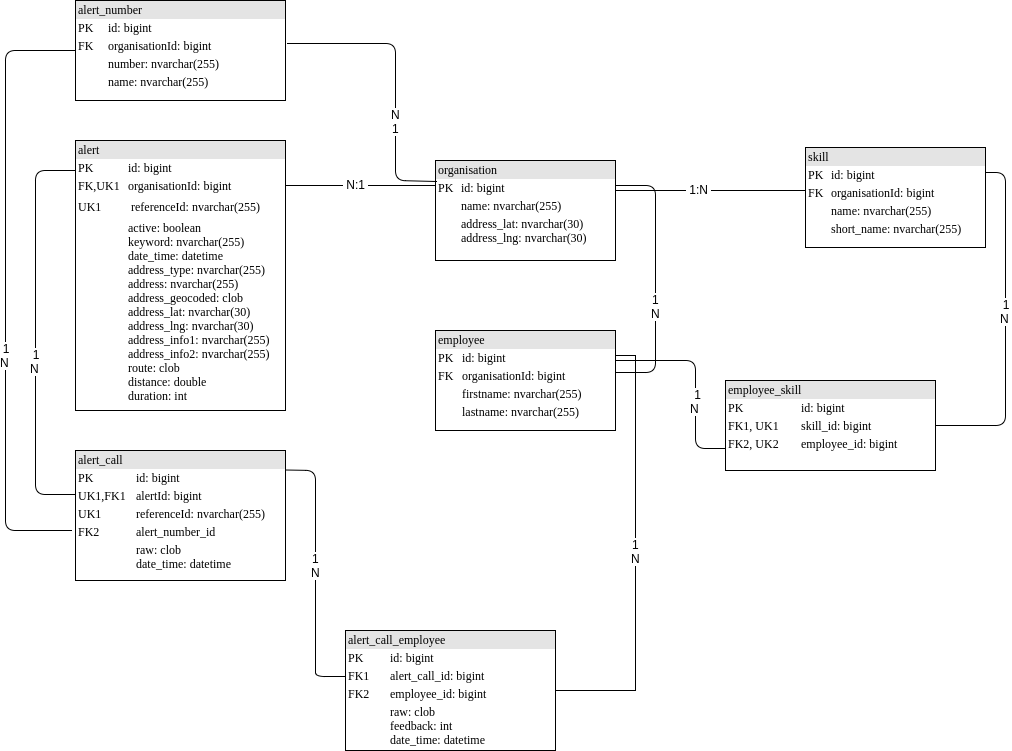
This is docs/database_erm.png from denniskniep/alarmcontrol, a draw.io export, as it was before one commit. Source tidied: cells renumbered, new cells last; positions are measured from the earlier drawing's top-left corner, leaving out a move shared by most shapes.
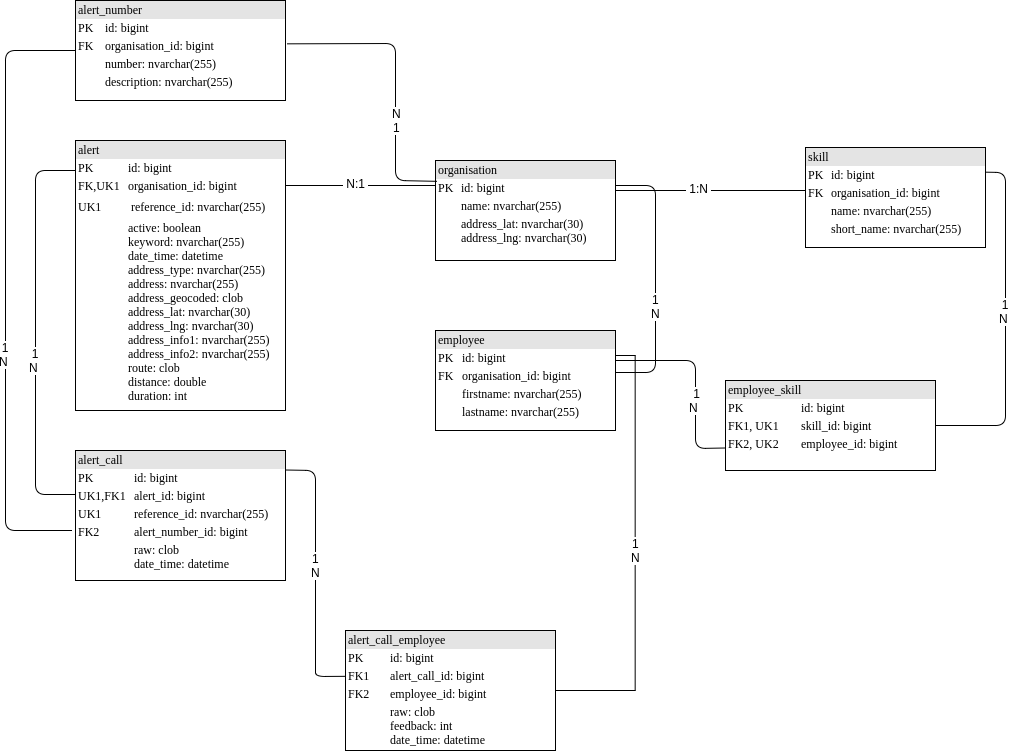
Later version of the same file.

What changed in the source:
```diff
@@ -2,7 +2,7 @@
   <root>
     <mxCell id="0" />
     <mxCell id="1" parent="0" />
-    <mxCell id="2" value="&lt;div style=&quot;box-sizing: border-box ; width: 100% ; background: #e4e4e4 ; padding: 2px&quot;&gt;alert&lt;/div&gt;&lt;table style=&quot;width: 100% ; font-size: 1em&quot; cellpadding=&quot;2&quot; cellspacing=&quot;0&quot;&gt;&lt;tbody&gt;&lt;tr&gt;&lt;td&gt;PK&lt;/td&gt;&lt;td&gt;id: bigint&lt;/td&gt;&lt;/tr&gt;&lt;tr&gt;&lt;td&gt;FK,UK1&lt;/td&gt;&lt;td&gt;organisationId: bigint&lt;/td&gt;&lt;/tr&gt;&lt;tr&gt;&lt;td&gt;UK1&lt;/td&gt;&lt;td&gt;&lt;table&gt;&lt;tbody&gt;&lt;tr&gt;&lt;td&gt;referenceId: nvarchar(255)&lt;/td&gt;&lt;/tr&gt;&lt;/tbody&gt;&lt;/table&gt;&lt;/td&gt;&lt;/tr&gt;&lt;tr&gt;&lt;td&gt;&lt;/td&gt;&lt;td&gt;active: boolean&lt;br&gt;keyword: nvarchar(255)&lt;br&gt;date_time: datetime&lt;br&gt;address_type: nvarchar(255)&lt;br&gt;address: nvarchar(255)&lt;br&gt;address_geocoded: clob&lt;br&gt;address_lat: nvarchar(30)&lt;br&gt;address_lng: nvarchar(30)&lt;br&gt;address_info1: nvarchar(255)&lt;br&gt;address_info2: nvarchar(255)&lt;br&gt;route: clob&lt;br&gt;distance: double&lt;br&gt;duration: int&lt;br&gt;&lt;br&gt;&lt;br&gt;&lt;/td&gt;&lt;/tr&gt;&lt;/tbody&gt;&lt;/table&gt;" style="verticalAlign=top;align=left;overflow=fill;html=1;rounded=0;shadow=0;comic=0;labelBackgroundColor=none;strokeColor=#000000;strokeWidth=1;fillColor=#ffffff;fontFamily=Verdana;fontSize=12;fontColor=#000000;" parent="1" vertex="1">
+    <mxCell id="2" value="&lt;div style=&quot;box-sizing: border-box ; width: 100% ; background: #e4e4e4 ; padding: 2px&quot;&gt;alert&lt;/div&gt;&lt;table style=&quot;width: 100% ; font-size: 1em&quot; cellpadding=&quot;2&quot; cellspacing=&quot;0&quot;&gt;&lt;tbody&gt;&lt;tr&gt;&lt;td&gt;PK&lt;/td&gt;&lt;td&gt;id: bigint&lt;/td&gt;&lt;/tr&gt;&lt;tr&gt;&lt;td&gt;FK,UK1&lt;/td&gt;&lt;td&gt;organisation_id: bigint&lt;/td&gt;&lt;/tr&gt;&lt;tr&gt;&lt;td&gt;UK1&lt;/td&gt;&lt;td&gt;&lt;table&gt;&lt;tbody&gt;&lt;tr&gt;&lt;td&gt;reference_id: nvarchar(255)&lt;/td&gt;&lt;/tr&gt;&lt;/tbody&gt;&lt;/table&gt;&lt;/td&gt;&lt;/tr&gt;&lt;tr&gt;&lt;td&gt;&lt;/td&gt;&lt;td&gt;active: boolean&lt;br&gt;keyword: nvarchar(255)&lt;br&gt;date_time: datetime&lt;br&gt;address_type: nvarchar(255)&lt;br&gt;address: nvarchar(255)&lt;br&gt;address_geocoded: clob&lt;br&gt;address_lat: nvarchar(30)&lt;br&gt;address_lng: nvarchar(30)&lt;br&gt;address_info1: nvarchar(255)&lt;br&gt;address_info2: nvarchar(255)&lt;br&gt;route: clob&lt;br&gt;distance: double&lt;br&gt;duration: int&lt;br&gt;&lt;br&gt;&lt;br&gt;&lt;/td&gt;&lt;/tr&gt;&lt;/tbody&gt;&lt;/table&gt;" style="verticalAlign=top;align=left;overflow=fill;html=1;rounded=0;shadow=0;comic=0;labelBackgroundColor=none;strokeColor=#000000;strokeWidth=1;fillColor=#ffffff;fontFamily=Verdana;fontSize=12;fontColor=#000000;" parent="1" vertex="1">
       <mxGeometry x="70" y="140" width="210" height="270" as="geometry" />
     </mxCell>
     <mxCell id="3" value="&lt;div style=&quot;box-sizing: border-box ; width: 100% ; background: #e4e4e4 ; padding: 2px&quot;&gt;organisation&lt;/div&gt;&lt;table style=&quot;width: 100% ; font-size: 1em&quot; cellpadding=&quot;2&quot; cellspacing=&quot;0&quot;&gt;&lt;tbody&gt;&lt;tr&gt;&lt;td&gt;PK&lt;/td&gt;&lt;td&gt;id: bigint&lt;/td&gt;&lt;/tr&gt;&lt;tr&gt;&lt;td&gt;&lt;br&gt;&lt;/td&gt;&lt;td&gt;name: nvarchar(255)&lt;/td&gt;&lt;/tr&gt;&lt;tr&gt;&lt;td&gt;&lt;/td&gt;&lt;td&gt;address_lat: nvarchar(30)&lt;br&gt;address_lng: nvarchar(30)&lt;br&gt;&lt;br&gt;&lt;/td&gt;&lt;/tr&gt;&lt;/tbody&gt;&lt;/table&gt;" style="verticalAlign=top;align=left;overflow=fill;html=1;rounded=0;shadow=0;comic=0;labelBackgroundColor=none;strokeColor=#000000;strokeWidth=1;fillColor=#ffffff;fontFamily=Verdana;fontSize=12;fontColor=#000000;" parent="1" vertex="1">
@@ -26,7 +26,7 @@
         <mxPoint x="21" y="-142" as="offset" />
       </mxGeometry>
     </mxCell>
-    <mxCell id="8" value="&lt;div style=&quot;box-sizing: border-box ; width: 100% ; background: #e4e4e4 ; padding: 2px&quot;&gt;employee&lt;/div&gt;&lt;table style=&quot;width: 100% ; font-size: 1em&quot; cellpadding=&quot;2&quot; cellspacing=&quot;0&quot;&gt;&lt;tbody&gt;&lt;tr&gt;&lt;td&gt;PK&lt;/td&gt;&lt;td&gt;id: bigint&lt;/td&gt;&lt;/tr&gt;&lt;tr&gt;&lt;td&gt;FK&lt;/td&gt;&lt;td&gt;organisationId: bigint&lt;br&gt;&lt;/td&gt;&lt;/tr&gt;&lt;tr&gt;&lt;td&gt;&lt;br&gt;&lt;/td&gt;&lt;td&gt;firstname: nvarchar(255)&lt;/td&gt;&lt;/tr&gt;&lt;tr&gt;&lt;td&gt;&lt;/td&gt;&lt;td&gt;lastname: nvarchar(255)&lt;br&gt;&lt;br&gt;&lt;br&gt;&lt;/td&gt;&lt;/tr&gt;&lt;/tbody&gt;&lt;/table&gt;" style="verticalAlign=top;align=left;overflow=fill;html=1;rounded=0;shadow=0;comic=0;labelBackgroundColor=none;strokeColor=#000000;strokeWidth=1;fillColor=#ffffff;fontFamily=Verdana;fontSize=12;fontColor=#000000;" parent="1" vertex="1">
+    <mxCell id="8" value="&lt;div style=&quot;box-sizing: border-box ; width: 100% ; background: #e4e4e4 ; padding: 2px&quot;&gt;employee&lt;/div&gt;&lt;table style=&quot;width: 100% ; font-size: 1em&quot; cellpadding=&quot;2&quot; cellspacing=&quot;0&quot;&gt;&lt;tbody&gt;&lt;tr&gt;&lt;td&gt;PK&lt;/td&gt;&lt;td&gt;id: bigint&lt;/td&gt;&lt;/tr&gt;&lt;tr&gt;&lt;td&gt;FK&lt;/td&gt;&lt;td&gt;organisation_id: bigint&lt;br&gt;&lt;/td&gt;&lt;/tr&gt;&lt;tr&gt;&lt;td&gt;&lt;br&gt;&lt;/td&gt;&lt;td&gt;firstname: nvarchar(255)&lt;/td&gt;&lt;/tr&gt;&lt;tr&gt;&lt;td&gt;&lt;/td&gt;&lt;td&gt;lastname: nvarchar(255)&lt;br&gt;&lt;br&gt;&lt;br&gt;&lt;/td&gt;&lt;/tr&gt;&lt;/tbody&gt;&lt;/table&gt;" style="verticalAlign=top;align=left;overflow=fill;html=1;rounded=0;shadow=0;comic=0;labelBackgroundColor=none;strokeColor=#000000;strokeWidth=1;fillColor=#ffffff;fontFamily=Verdana;fontSize=12;fontColor=#000000;" parent="1" vertex="1">
       <mxGeometry x="430" y="330" width="180" height="100" as="geometry" />
     </mxCell>
     <mxCell id="9" style="endArrow=none;html=1;entryX=1;entryY=0.25;entryDx=0;entryDy=0;" parent="1" edge="1" target="3">
@@ -43,7 +43,7 @@
         <mxPoint x="2" y="-20.5" as="offset" />
       </mxGeometry>
     </mxCell>
-    <mxCell id="11" value="&lt;div style=&quot;box-sizing: border-box ; width: 100% ; background: #e4e4e4 ; padding: 2px&quot;&gt;skill&lt;/div&gt;&lt;table style=&quot;width: 100% ; font-size: 1em&quot; cellpadding=&quot;2&quot; cellspacing=&quot;0&quot;&gt;&lt;tbody&gt;&lt;tr&gt;&lt;td&gt;PK&lt;/td&gt;&lt;td&gt;id: bigint&lt;/td&gt;&lt;/tr&gt;&lt;tr&gt;&lt;td&gt;FK&lt;/td&gt;&lt;td&gt;organisationId: bigint&lt;br&gt;&lt;/td&gt;&lt;/tr&gt;&lt;tr&gt;&lt;td&gt;&lt;br&gt;&lt;/td&gt;&lt;td&gt;name: nvarchar(255)&lt;/td&gt;&lt;/tr&gt;&lt;tr&gt;&lt;td&gt;&lt;/td&gt;&lt;td&gt;short_name: nvarchar(255)&lt;br&gt;&lt;br&gt;&lt;br&gt;&lt;/td&gt;&lt;/tr&gt;&lt;/tbody&gt;&lt;/table&gt;" style="verticalAlign=top;align=left;overflow=fill;html=1;rounded=0;shadow=0;comic=0;labelBackgroundColor=none;strokeColor=#000000;strokeWidth=1;fillColor=#ffffff;fontFamily=Verdana;fontSize=12;fontColor=#000000;" parent="1" vertex="1">
+    <mxCell id="11" value="&lt;div style=&quot;box-sizing: border-box ; width: 100% ; background: #e4e4e4 ; padding: 2px&quot;&gt;skill&lt;/div&gt;&lt;table style=&quot;width: 100% ; font-size: 1em&quot; cellpadding=&quot;2&quot; cellspacing=&quot;0&quot;&gt;&lt;tbody&gt;&lt;tr&gt;&lt;td&gt;PK&lt;/td&gt;&lt;td&gt;id: bigint&lt;/td&gt;&lt;/tr&gt;&lt;tr&gt;&lt;td&gt;FK&lt;/td&gt;&lt;td&gt;organisation_id: bigint&lt;br&gt;&lt;/td&gt;&lt;/tr&gt;&lt;tr&gt;&lt;td&gt;&lt;br&gt;&lt;/td&gt;&lt;td&gt;name: nvarchar(255)&lt;/td&gt;&lt;/tr&gt;&lt;tr&gt;&lt;td&gt;&lt;/td&gt;&lt;td&gt;short_name: nvarchar(255)&lt;br&gt;&lt;br&gt;&lt;br&gt;&lt;/td&gt;&lt;/tr&gt;&lt;/tbody&gt;&lt;/table&gt;" style="verticalAlign=top;align=left;overflow=fill;html=1;rounded=0;shadow=0;comic=0;labelBackgroundColor=none;strokeColor=#000000;strokeWidth=1;fillColor=#ffffff;fontFamily=Verdana;fontSize=12;fontColor=#000000;" parent="1" vertex="1">
       <mxGeometry x="800" y="147" width="180" height="100" as="geometry" />
     </mxCell>
     <mxCell id="12" style="endArrow=none;html=1;entryX=0;entryY=0.43;entryDx=0;entryDy=0;entryPerimeter=0;" parent="1" edge="1" target="11">
@@ -56,7 +56,7 @@
         <mxPoint x="22" as="offset" />
       </mxGeometry>
     </mxCell>
-    <mxCell id="14" value="&lt;div style=&quot;box-sizing: border-box ; width: 100% ; background: #e4e4e4 ; padding: 2px&quot;&gt;alert_call&lt;/div&gt;&lt;table style=&quot;width: 100% ; font-size: 1em&quot; cellpadding=&quot;2&quot; cellspacing=&quot;0&quot;&gt;&lt;tbody&gt;&lt;tr&gt;&lt;td&gt;PK&lt;/td&gt;&lt;td&gt;id: bigint&lt;/td&gt;&lt;/tr&gt;&lt;tr&gt;&lt;td&gt;UK1,FK1&lt;br&gt;&lt;/td&gt;&lt;td&gt;alertId: bigint&lt;/td&gt;&lt;/tr&gt;&lt;tr&gt;&lt;td&gt;UK1&lt;/td&gt;&lt;td&gt;referenceId: nvarchar(255)&lt;br&gt;&lt;/td&gt;&lt;/tr&gt;&lt;tr&gt;&lt;td&gt;FK2&lt;/td&gt;&lt;td&gt;alert_number_id&lt;br&gt;&lt;/td&gt;&lt;/tr&gt;&lt;tr&gt;&lt;td&gt;&lt;/td&gt;&lt;td&gt;raw: clob&lt;br&gt;date_time: datetime&lt;br&gt;&lt;br&gt;&lt;br&gt;&lt;/td&gt;&lt;/tr&gt;&lt;/tbody&gt;&lt;/table&gt;" style="verticalAlign=top;align=left;overflow=fill;html=1;rounded=0;shadow=0;comic=0;labelBackgroundColor=none;strokeColor=#000000;strokeWidth=1;fillColor=#ffffff;fontFamily=Verdana;fontSize=12;fontColor=#000000;" parent="1" vertex="1">
+    <mxCell id="14" value="&lt;div style=&quot;box-sizing: border-box ; width: 100% ; background: #e4e4e4 ; padding: 2px&quot;&gt;alert_call&lt;/div&gt;&lt;table style=&quot;width: 100% ; font-size: 1em&quot; cellpadding=&quot;2&quot; cellspacing=&quot;0&quot;&gt;&lt;tbody&gt;&lt;tr&gt;&lt;td&gt;PK&lt;/td&gt;&lt;td&gt;id: bigint&lt;/td&gt;&lt;/tr&gt;&lt;tr&gt;&lt;td&gt;UK1,FK1&lt;br&gt;&lt;/td&gt;&lt;td&gt;alert_id: bigint&lt;/td&gt;&lt;/tr&gt;&lt;tr&gt;&lt;td&gt;UK1&lt;/td&gt;&lt;td&gt;reference_id: nvarchar(255)&lt;br&gt;&lt;/td&gt;&lt;/tr&gt;&lt;tr&gt;&lt;td&gt;FK2&lt;/td&gt;&lt;td&gt;alert_number_id: bigint&lt;br&gt;&lt;/td&gt;&lt;/tr&gt;&lt;tr&gt;&lt;td&gt;&lt;/td&gt;&lt;td&gt;raw: clob&lt;br&gt;date_time: datetime&lt;br&gt;&lt;br&gt;&lt;br&gt;&lt;/td&gt;&lt;/tr&gt;&lt;/tbody&gt;&lt;/table&gt;" style="verticalAlign=top;align=left;overflow=fill;html=1;rounded=0;shadow=0;comic=0;labelBackgroundColor=none;strokeColor=#000000;strokeWidth=1;fillColor=#ffffff;fontFamily=Verdana;fontSize=12;fontColor=#000000;" parent="1" vertex="1">
       <mxGeometry x="70" y="450" width="210" height="130" as="geometry" />
     </mxCell>
     <mxCell id="15" style="endArrow=none;html=1;" parent="1" edge="1">
@@ -123,7 +123,7 @@
         <mxPoint x="16" y="42" as="offset" />
       </mxGeometry>
     </mxCell>
-    <mxCell id="25" value="&lt;div style=&quot;box-sizing: border-box ; width: 100% ; background: #e4e4e4 ; padding: 2px&quot;&gt;alert_number&lt;/div&gt;&lt;table style=&quot;width: 100% ; font-size: 1em&quot; cellpadding=&quot;2&quot; cellspacing=&quot;0&quot;&gt;&lt;tbody&gt;&lt;tr&gt;&lt;td&gt;PK&lt;/td&gt;&lt;td&gt;id: bigint&lt;/td&gt;&lt;/tr&gt;&lt;tr&gt;&lt;td&gt;FK&lt;/td&gt;&lt;td&gt;organisationId: bigint&lt;br&gt;&lt;/td&gt;&lt;/tr&gt;&lt;tr&gt;&lt;td&gt;&lt;br&gt;&lt;/td&gt;&lt;td&gt;number: nvarchar(255)&lt;/td&gt;&lt;/tr&gt;&lt;tr&gt;&lt;td&gt;&lt;/td&gt;&lt;td&gt;name: nvarchar(255)&lt;br&gt;&lt;br&gt;&lt;br&gt;&lt;/td&gt;&lt;/tr&gt;&lt;/tbody&gt;&lt;/table&gt;" style="verticalAlign=top;align=left;overflow=fill;html=1;rounded=0;shadow=0;comic=0;labelBackgroundColor=none;strokeColor=#000000;strokeWidth=1;fillColor=#ffffff;fontFamily=Verdana;fontSize=12;fontColor=#000000;" parent="1" vertex="1">
+    <mxCell id="25" value="&lt;div style=&quot;box-sizing: border-box ; width: 100% ; background: #e4e4e4 ; padding: 2px&quot;&gt;alert_number&lt;/div&gt;&lt;table style=&quot;width: 100% ; font-size: 1em&quot; cellpadding=&quot;2&quot; cellspacing=&quot;0&quot;&gt;&lt;tbody&gt;&lt;tr&gt;&lt;td&gt;PK&lt;/td&gt;&lt;td&gt;id: bigint&lt;/td&gt;&lt;/tr&gt;&lt;tr&gt;&lt;td&gt;FK&lt;/td&gt;&lt;td&gt;organisation_id: bigint&lt;br&gt;&lt;/td&gt;&lt;/tr&gt;&lt;tr&gt;&lt;td&gt;&lt;br&gt;&lt;/td&gt;&lt;td&gt;number: nvarchar(255)&lt;/td&gt;&lt;/tr&gt;&lt;tr&gt;&lt;td&gt;&lt;/td&gt;&lt;td&gt;description: nvarchar(255)&lt;br&gt;&lt;br&gt;&lt;br&gt;&lt;/td&gt;&lt;/tr&gt;&lt;/tbody&gt;&lt;/table&gt;" style="verticalAlign=top;align=left;overflow=fill;html=1;rounded=0;shadow=0;comic=0;labelBackgroundColor=none;strokeColor=#000000;strokeWidth=1;fillColor=#ffffff;fontFamily=Verdana;fontSize=12;fontColor=#000000;" parent="1" vertex="1">
       <mxGeometry x="70" width="210" height="100" as="geometry" />
     </mxCell>
     <mxCell id="26" style="endArrow=none;html=1;entryX=0.006;entryY=0.21;entryDx=0;entryDy=0;exitX=1.01;exitY=0.43;exitDx=0;exitDy=0;exitPerimeter=0;entryPerimeter=0;" parent="1" edge="1" source="25" target="3">
```
